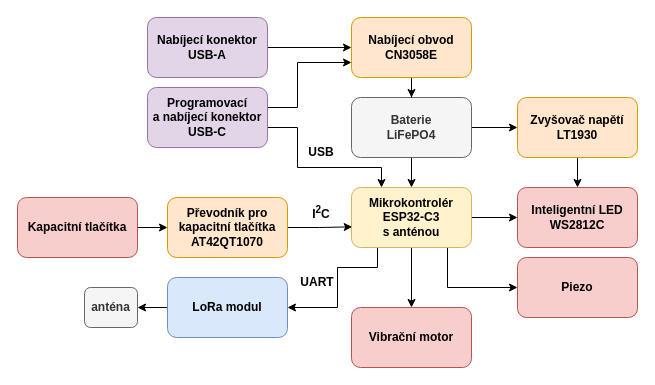
Earlier version of the draw.io diagram text/obrazky/vysledne_blokove_schema.drawio (renata7zemanova/Semafor). Source tidied: cells renumbered, new cells numbered last; positions are measured from the earlier drawing's top-left corner, leaving out a move shared by most shapes. Both pictures are drawn from the tidied source at 100%, with x=0, y=0 at pixel (17, 17).
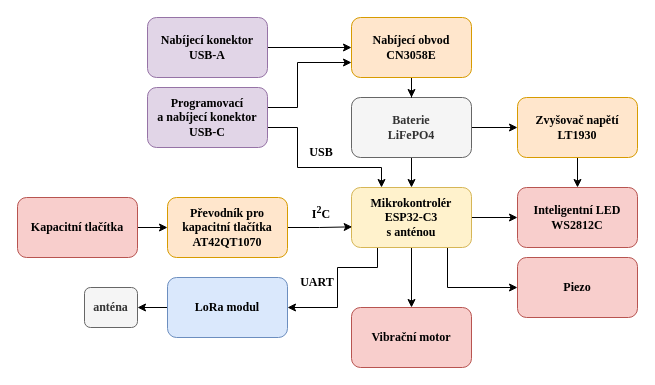
After the change.

What changed in the source:
```diff
@@
-    <mxCell id="2" style="edgeStyle=orthogonalEdgeStyle;rounded=0;jettySize=auto;html=1;entryX=0.5;entryY=0;entryDx=0;entryDy=0;" parent="1" edge="1" source="4" target="9">
+    <mxCell id="2" style="edgeStyle=orthogonalEdgeStyle;rounded=0;jettySize=auto;html=1;entryX=0.5;entryY=0;entryDx=0;entryDy=0;fontFamily=Times New Roman;" parent="1" edge="1" source="4" target="9">
       <mxGeometry relative="1" as="geometry" />
     </mxCell>
-    <mxCell id="3" style="edgeStyle=orthogonalEdgeStyle;rounded=0;jettySize=auto;html=1;entryX=0;entryY=0.5;entryDx=0;entryDy=0;" parent="1" edge="1" source="4" target="26">
+    <mxCell id="3" style="edgeStyle=orthogonalEdgeStyle;rounded=0;jettySize=auto;html=1;entryX=0;entryY=0.5;entryDx=0;entryDy=0;fontFamily=Times New Roman;" parent="1" edge="1" source="4" target="26">
       <mxGeometry relative="1" as="geometry" />
     </mxCell>
-    <mxCell id="4" value="&lt;div&gt;Baterie&lt;/div&gt;&lt;div&gt;LiFePO4&lt;br&gt;&lt;/div&gt;" style="rounded=1;whiteSpace=wrap;html=1;fontStyle=1;fillColor=#f5f5f5;fontColor=#333333;strokeColor=#666666;" parent="1" vertex="1">
+    <mxCell id="4" value="&lt;div&gt;Baterie&lt;/div&gt;&lt;div&gt;LiFePO4&lt;br&gt;&lt;/div&gt;" style="rounded=1;whiteSpace=wrap;html=1;fontStyle=1;fillColor=#f5f5f5;fontColor=#333333;strokeColor=#666666;fontFamily=Times New Roman;" parent="1" vertex="1">
       <mxGeometry x="334" y="80" width="120" height="60" as="geometry" />
     </mxCell>
-    <mxCell id="5" style="edgeStyle=orthogonalEdgeStyle;rounded=0;jettySize=auto;html=1;entryX=0;entryY=0.5;entryDx=0;entryDy=0;" parent="1" edge="1" source="9" target="14">
+    <mxCell id="5" style="edgeStyle=orthogonalEdgeStyle;rounded=0;jettySize=auto;html=1;entryX=0;entryY=0.5;entryDx=0;entryDy=0;fontFamily=Times New Roman;" parent="1" edge="1" source="9" target="14">
       <mxGeometry relative="1" as="geometry" />
     </mxCell>
-    <mxCell id="6" style="edgeStyle=orthogonalEdgeStyle;rounded=0;jettySize=auto;html=1;entryX=0;entryY=0.5;entryDx=0;entryDy=0;" parent="1" edge="1" source="9" target="15">
+    <mxCell id="6" style="edgeStyle=orthogonalEdgeStyle;rounded=0;jettySize=auto;html=1;entryX=0;entryY=0.5;entryDx=0;entryDy=0;fontFamily=Times New Roman;" parent="1" edge="1" source="9" target="15">
       <mxGeometry relative="1" as="geometry">
         <Array as="points">
           <mxPoint x="430" y="270" />
         </Array>
       </mxGeometry>
     </mxCell>
-    <mxCell id="7" style="edgeStyle=orthogonalEdgeStyle;rounded=0;jettySize=auto;html=1;" parent="1" edge="1" source="9" target="22">
+    <mxCell id="7" style="edgeStyle=orthogonalEdgeStyle;rounded=0;jettySize=auto;html=1;fontFamily=Times New Roman;" parent="1" edge="1" source="9" target="22">
       <mxGeometry relative="1" as="geometry" />
     </mxCell>
-    <mxCell id="8" style="edgeStyle=orthogonalEdgeStyle;rounded=0;jettySize=auto;html=1;entryX=1;entryY=0.5;entryDx=0;entryDy=0;" parent="1" edge="1" source="9" target="11">
+    <mxCell id="8" style="edgeStyle=orthogonalEdgeStyle;rounded=0;jettySize=auto;html=1;entryX=1;entryY=0.5;entryDx=0;entryDy=0;fontFamily=Times New Roman;" parent="1" edge="1" source="9" target="11">
       <mxGeometry relative="1" as="geometry">
         <Array as="points">
           <mxPoint x="360" y="250" />
           <mxPoint x="320" y="250" />
           <mxPoint x="320" y="290" />
         </Array>
       </mxGeometry>
     </mxCell>
-    <mxCell id="9" value="&lt;div&gt;Mikrokontrolér ESP32-C3&lt;br&gt;&lt;/div&gt;&lt;div&gt;s anténou&lt;br&gt;&lt;/div&gt;" style="rounded=1;whiteSpace=wrap;html=1;fontStyle=1;fillColor=#fff2cc;strokeColor=#d6b656;" parent="1" vertex="1">
+    <mxCell id="9" value="&lt;div&gt;Mikrokontrolér ESP32-C3&lt;br&gt;&lt;/div&gt;&lt;div&gt;s anténou&lt;br&gt;&lt;/div&gt;" style="rounded=1;whiteSpace=wrap;html=1;fontStyle=1;fillColor=#fff2cc;strokeColor=#d6b656;fontFamily=Times New Roman;" parent="1" vertex="1">
       <mxGeometry x="334" y="170" width="120" height="60" as="geometry" />
     </mxCell>
-    <mxCell id="10" style="edgeStyle=orthogonalEdgeStyle;rounded=0;jettySize=auto;html=1;entryX=1;entryY=0.5;entryDx=0;entryDy=0;" parent="1" edge="1" source="11" target="21">
+    <mxCell id="10" style="edgeStyle=orthogonalEdgeStyle;rounded=0;jettySize=auto;html=1;entryX=1;entryY=0.5;entryDx=0;entryDy=0;fontFamily=Times New Roman;" parent="1" edge="1" source="11" target="21">
       <mxGeometry relative="1" as="geometry" />
     </mxCell>
-    <mxCell id="11" value="LoRa modul" style="rounded=1;whiteSpace=wrap;html=1;fontStyle=1;fillColor=#dae8fc;strokeColor=#6c8ebf;" parent="1" vertex="1">
+    <mxCell id="11" value="LoRa modul" style="rounded=1;whiteSpace=wrap;html=1;fontStyle=1;fillColor=#dae8fc;strokeColor=#6c8ebf;fontFamily=Times New Roman;" parent="1" vertex="1">
       <mxGeometry x="150" y="260" width="120" height="60" as="geometry" />
     </mxCell>
-    <mxCell id="12" style="edgeStyle=orthogonalEdgeStyle;rounded=0;jettySize=auto;html=1;entryX=0;entryY=0.5;entryDx=0;entryDy=0;" parent="1" edge="1" source="13" target="24">
+    <mxCell id="12" style="edgeStyle=orthogonalEdgeStyle;rounded=0;jettySize=auto;html=1;entryX=0;entryY=0.5;entryDx=0;entryDy=0;fontFamily=Times New Roman;" parent="1" edge="1" source="13" target="24">
       <mxGeometry relative="1" as="geometry" />
     </mxCell>
-    <mxCell id="13" value="&lt;div&gt;Kapacitní tlačítka&lt;/div&gt;" style="rounded=1;whiteSpace=wrap;html=1;fontStyle=1;fillColor=#f8cecc;strokeColor=#b85450;" parent="1" vertex="1">
+    <mxCell id="13" value="&lt;div&gt;Kapacitní tlačítka&lt;/div&gt;" style="rounded=1;whiteSpace=wrap;html=1;fontStyle=1;fillColor=#f8cecc;strokeColor=#b85450;fontFamily=Times New Roman;" parent="1" vertex="1">
       <mxGeometry y="180" width="120" height="60" as="geometry" />
     </mxCell>
-    <mxCell id="14" value="&lt;div&gt;Inteligentní LED &lt;br&gt;&lt;/div&gt;&lt;div&gt;WS2812C&lt;br&gt;&lt;/div&gt;" style="rounded=1;whiteSpace=wrap;html=1;fontStyle=1;fillColor=#f8cecc;strokeColor=#b85450;" parent="1" vertex="1">
+    <mxCell id="14" value="&lt;div&gt;Inteligentní LED &lt;br&gt;&lt;/div&gt;&lt;div&gt;WS2812C&lt;br&gt;&lt;/div&gt;" style="rounded=1;whiteSpace=wrap;html=1;fontStyle=1;fillColor=#f8cecc;strokeColor=#b85450;fontFamily=Times New Roman;" parent="1" vertex="1">
       <mxGeometry x="500" y="170" width="120" height="60" as="geometry" />
     </mxCell>
-    <mxCell id="15" value="Piezo" style="rounded=1;whiteSpace=wrap;html=1;fontStyle=1;fillColor=#f8cecc;strokeColor=#b85450;" parent="1" vertex="1">
+    <mxCell id="15" value="Piezo" style="rounded=1;whiteSpace=wrap;html=1;fontStyle=1;fillColor=#f8cecc;strokeColor=#b85450;fontFamily=Times New Roman;" parent="1" vertex="1">
       <mxGeometry x="500" y="240" width="120" height="60" as="geometry" />
     </mxCell>
-    <mxCell id="16" style="edgeStyle=orthogonalEdgeStyle;rounded=0;jettySize=auto;html=1;entryX=0;entryY=0.75;entryDx=0;entryDy=0;" parent="1" edge="1" source="18" target="20">
+    <mxCell id="16" style="edgeStyle=orthogonalEdgeStyle;rounded=0;jettySize=auto;html=1;entryX=0;entryY=0.75;entryDx=0;entryDy=0;fontFamily=Times New Roman;" parent="1" edge="1" source="18" target="20">
       <mxGeometry relative="1" as="geometry">
         <Array as="points">
           <mxPoint x="280" y="90" />
           <mxPoint x="280" y="45" />
         </Array>
       </mxGeometry>
     </mxCell>
-    <mxCell id="17" style="edgeStyle=orthogonalEdgeStyle;rounded=0;jettySize=auto;html=1;entryX=0.25;entryY=0;entryDx=0;entryDy=0;" parent="1" edge="1" source="18" target="9">
+    <mxCell id="17" style="edgeStyle=orthogonalEdgeStyle;rounded=0;jettySize=auto;html=1;entryX=0.25;entryY=0;entryDx=0;entryDy=0;fontFamily=Times New Roman;" parent="1" edge="1" source="18" target="9">
       <mxGeometry relative="1" as="geometry">
         <Array as="points">
           <mxPoint x="280" y="110" />
           <mxPoint x="280" y="150" />
           <mxPoint x="364" y="150" />
         </Array>
       </mxGeometry>
     </mxCell>
-    <mxCell id="18" value="&lt;div&gt;Programovací &lt;br&gt;&lt;/div&gt;&lt;div&gt;a nabíjecí konektor&lt;/div&gt;&lt;div&gt;USB-C&lt;br&gt;&lt;/div&gt;" style="rounded=1;whiteSpace=wrap;html=1;fontStyle=1;fillColor=#e1d5e7;strokeColor=#9673a6;" parent="1" vertex="1">
+    <mxCell id="18" value="&lt;div&gt;Programovací &lt;br&gt;&lt;/div&gt;&lt;div&gt;a nabíjecí konektor&lt;/div&gt;&lt;div&gt;USB-C&lt;br&gt;&lt;/div&gt;" style="rounded=1;whiteSpace=wrap;html=1;fontStyle=1;fillColor=#e1d5e7;strokeColor=#9673a6;fontFamily=Times New Roman;" parent="1" vertex="1">
       <mxGeometry x="130" y="70" width="120" height="60" as="geometry" />
     </mxCell>
-    <mxCell id="19" style="edgeStyle=orthogonalEdgeStyle;rounded=0;jettySize=auto;html=1;entryX=0.5;entryY=0;entryDx=0;entryDy=0;" parent="1" edge="1" source="20" target="4">
+    <mxCell id="19" style="edgeStyle=orthogonalEdgeStyle;rounded=0;jettySize=auto;html=1;entryX=0.5;entryY=0;entryDx=0;entryDy=0;fontFamily=Times New Roman;" parent="1" edge="1" source="20" target="4">
       <mxGeometry relative="1" as="geometry" />
     </mxCell>
-    <mxCell id="20" value="&lt;div&gt;Nabíjecí obvod&lt;/div&gt;&lt;div&gt;CN3058E&lt;/div&gt;" style="rounded=1;whiteSpace=wrap;html=1;fontStyle=1;fillColor=#ffe6cc;strokeColor=#d79b00;" parent="1" vertex="1">
+    <mxCell id="20" value="&lt;div&gt;Nabíjecí obvod&lt;/div&gt;&lt;div&gt;CN3058E&lt;/div&gt;" style="rounded=1;whiteSpace=wrap;html=1;fontStyle=1;fillColor=#ffe6cc;strokeColor=#d79b00;fontFamily=Times New Roman;" parent="1" vertex="1">
       <mxGeometry x="334" width="120" height="60" as="geometry" />
     </mxCell>
-    <mxCell id="21" value="anténa" style="rounded=1;whiteSpace=wrap;html=1;fontStyle=1;fillColor=#f5f5f5;fontColor=#333333;strokeColor=#666666;" parent="1" vertex="1">
+    <mxCell id="21" value="anténa" style="rounded=1;whiteSpace=wrap;html=1;fontStyle=1;fillColor=#f5f5f5;fontColor=#333333;strokeColor=#666666;fontFamily=Times New Roman;" parent="1" vertex="1">
       <mxGeometry x="67" y="270" width="53" height="40" as="geometry" />
     </mxCell>
-    <mxCell id="22" value="Vibrační motor" style="rounded=1;whiteSpace=wrap;html=1;fontStyle=1;fillColor=#f8cecc;strokeColor=#b85450;" parent="1" vertex="1">
+    <mxCell id="22" value="Vibrační motor" style="rounded=1;whiteSpace=wrap;html=1;fontStyle=1;fillColor=#f8cecc;strokeColor=#b85450;fontFamily=Times New Roman;" parent="1" vertex="1">
       <mxGeometry x="334" y="290" width="120" height="60" as="geometry" />
     </mxCell>
-    <mxCell id="23" style="edgeStyle=orthogonalEdgeStyle;rounded=0;jettySize=auto;html=1;entryX=0.006;entryY=0.656;entryDx=0;entryDy=0;entryPerimeter=0;" parent="1" edge="1" source="24" target="9">
+    <mxCell id="23" style="edgeStyle=orthogonalEdgeStyle;rounded=0;jettySize=auto;html=1;entryX=0.006;entryY=0.656;entryDx=0;entryDy=0;entryPerimeter=0;fontFamily=Times New Roman;" parent="1" edge="1" source="24" target="9">
       <mxGeometry relative="1" as="geometry" />
     </mxCell>
-    <mxCell id="24" value="&lt;div&gt;Převodník pro &lt;br&gt;&lt;/div&gt;&lt;div&gt;kapacitní tlačítka&lt;/div&gt;&lt;div&gt;AT42QT1070&lt;br&gt;&lt;/div&gt;" style="rounded=1;whiteSpace=wrap;html=1;fontStyle=1;fillColor=#ffe6cc;strokeColor=#d79b00;" parent="1" vertex="1">
+    <mxCell id="24" value="&lt;div&gt;Převodník pro &lt;br&gt;&lt;/div&gt;&lt;div&gt;kapacitní tlačítka&lt;/div&gt;&lt;div&gt;AT42QT1070&lt;br&gt;&lt;/div&gt;" style="rounded=1;whiteSpace=wrap;html=1;fontStyle=1;fillColor=#ffe6cc;strokeColor=#d79b00;fontFamily=Times New Roman;" parent="1" vertex="1">
       <mxGeometry x="150" y="180" width="120" height="60" as="geometry" />
     </mxCell>
-    <mxCell id="25" style="edgeStyle=orthogonalEdgeStyle;rounded=0;jettySize=auto;html=1;entryX=0.5;entryY=0;entryDx=0;entryDy=0;" parent="1" edge="1" source="26" target="14">
+    <mxCell id="25" style="edgeStyle=orthogonalEdgeStyle;rounded=0;jettySize=auto;html=1;entryX=0.5;entryY=0;entryDx=0;entryDy=0;fontFamily=Times New Roman;" parent="1" edge="1" source="26" target="14">
       <mxGeometry relative="1" as="geometry" />
     </mxCell>
-    <mxCell id="26" value="&lt;div&gt;Zvyšovač napětí &lt;br&gt;&lt;/div&gt;&lt;div&gt;LT1930&lt;br&gt;&lt;/div&gt;" style="rounded=1;whiteSpace=wrap;html=1;fontStyle=1;fillColor=#ffe6cc;strokeColor=#d79b00;" parent="1" vertex="1">
+    <mxCell id="26" value="&lt;div&gt;Zvyšovač napětí &lt;br&gt;&lt;/div&gt;&lt;div&gt;LT1930&lt;br&gt;&lt;/div&gt;" style="rounded=1;whiteSpace=wrap;html=1;fontStyle=1;fillColor=#ffe6cc;strokeColor=#d79b00;fontFamily=Times New Roman;" parent="1" vertex="1">
       <mxGeometry x="500" y="80" width="120" height="60" as="geometry" />
     </mxCell>
-    <mxCell id="27" style="edgeStyle=orthogonalEdgeStyle;rounded=0;jettySize=auto;html=1;entryX=0;entryY=0.5;entryDx=0;entryDy=0;" parent="1" edge="1" source="28" target="20">
+    <mxCell id="27" style="edgeStyle=orthogonalEdgeStyle;rounded=0;jettySize=auto;html=1;entryX=0;entryY=0.5;entryDx=0;entryDy=0;fontFamily=Times New Roman;" parent="1" edge="1" source="28" target="20">
       <mxGeometry relative="1" as="geometry" />
     </mxCell>
-    <mxCell id="28" value="&lt;div&gt;Nabíjecí konektor&lt;/div&gt;&lt;div&gt;USB-A&lt;br&gt;&lt;/div&gt;" style="rounded=1;whiteSpace=wrap;html=1;fontStyle=1;fillColor=#e1d5e7;strokeColor=#9673a6;" parent="1" vertex="1">
+    <mxCell id="28" value="&lt;div&gt;Nabíjecí konektor&lt;/div&gt;&lt;div&gt;USB-A&lt;br&gt;&lt;/div&gt;" style="rounded=1;whiteSpace=wrap;html=1;fontStyle=1;fillColor=#e1d5e7;strokeColor=#9673a6;fontFamily=Times New Roman;" parent="1" vertex="1">
       <mxGeometry x="130" width="120" height="60" as="geometry" />
     </mxCell>
-    <mxCell id="29" value="&lt;b&gt;UART&lt;/b&gt;" style="text;html=1;strokeColor=none;fillColor=none;align=center;verticalAlign=middle;whiteSpace=wrap;rounded=0;" parent="1" vertex="1">
+    <mxCell id="29" value="&lt;b&gt;UART&lt;/b&gt;" style="text;html=1;strokeColor=none;fillColor=none;align=center;verticalAlign=middle;whiteSpace=wrap;rounded=0;fontFamily=Times New Roman;" parent="1" vertex="1">
       <mxGeometry x="270" y="250" width="60" height="30" as="geometry" />
     </mxCell>
-    <mxCell id="30" value="&lt;b&gt;I&lt;sup&gt;2&lt;/sup&gt;C&lt;/b&gt;" style="text;html=1;strokeColor=none;fillColor=none;align=center;verticalAlign=middle;whiteSpace=wrap;rounded=0;" parent="1" vertex="1">
+    <mxCell id="30" value="&lt;b&gt;I&lt;sup&gt;2&lt;/sup&gt;C&lt;/b&gt;" style="text;html=1;strokeColor=none;fillColor=none;align=center;verticalAlign=middle;whiteSpace=wrap;rounded=0;fontFamily=Times New Roman;" parent="1" vertex="1">
       <mxGeometry x="274" y="180" width="60" height="30" as="geometry" />
     </mxCell>
-    <mxCell id="31" value="&lt;b&gt;USB&lt;/b&gt;" style="text;html=1;strokeColor=none;fillColor=none;align=center;verticalAlign=middle;whiteSpace=wrap;rounded=0;" parent="1" vertex="1">
+    <mxCell id="31" value="&lt;b&gt;USB&lt;/b&gt;" style="text;html=1;strokeColor=none;fillColor=none;align=center;verticalAlign=middle;whiteSpace=wrap;rounded=0;fontFamily=Times New Roman;" parent="1" vertex="1">
       <mxGeometry x="274" y="120" width="60" height="30" as="geometry" />
     </mxCell>
```
